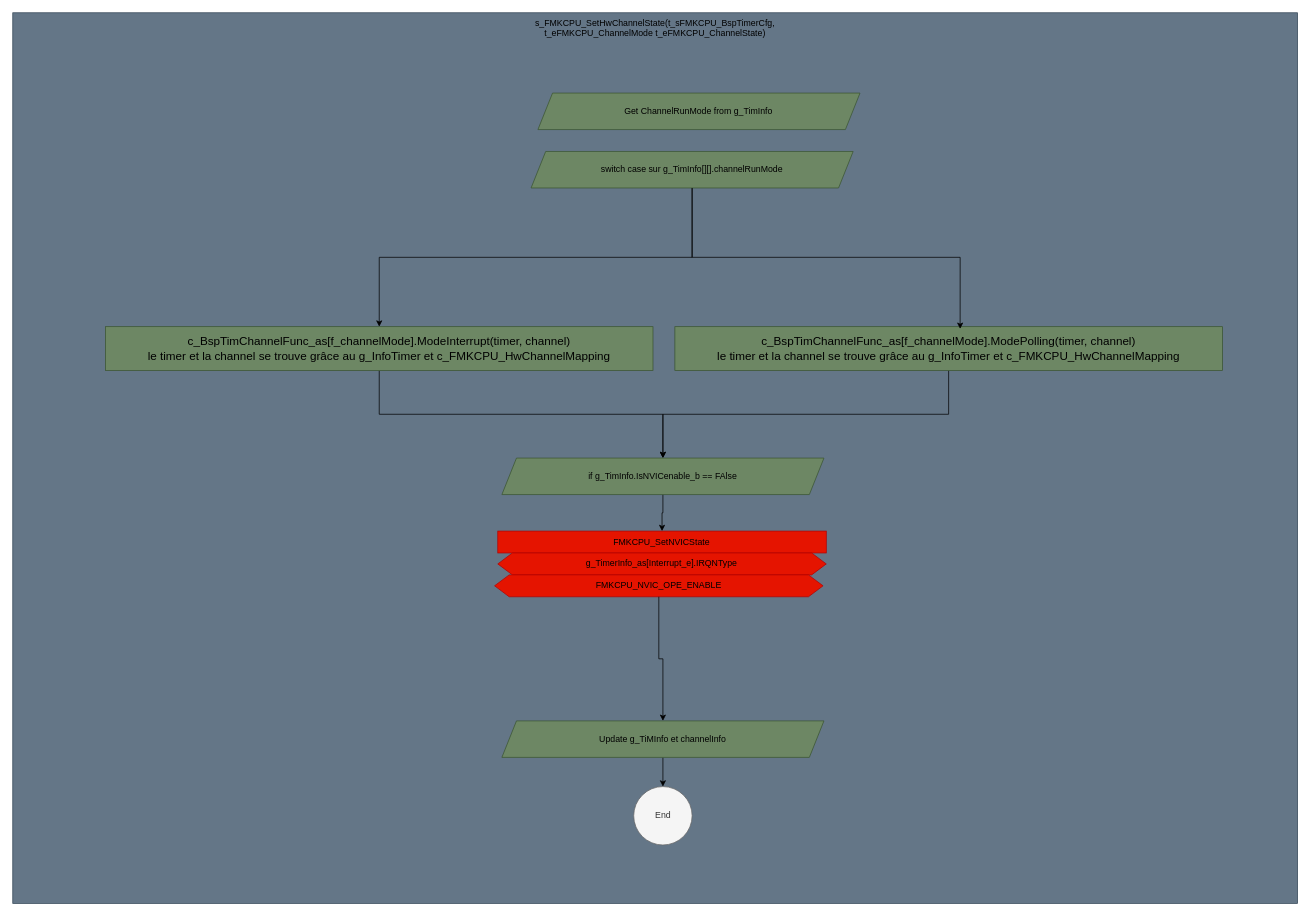
This is page "s_Func_SetHwTimerState" (4 of 14) of src/1_FMK/FMK_HAL/FMK_CPU/Doc/FMK_CPU.drawio from mbarbeau0545/Stm32PrjTpl, a draw.io file, before an edit. Source tidied: cells renumbered, new cells numbered last; positions are measured from the earlier drawing's top-left corner, leaving out a move shared by most shapes. Both pictures are drawn from the tidied source at 73%, with x=0, y=0 at pixel (12, 12).
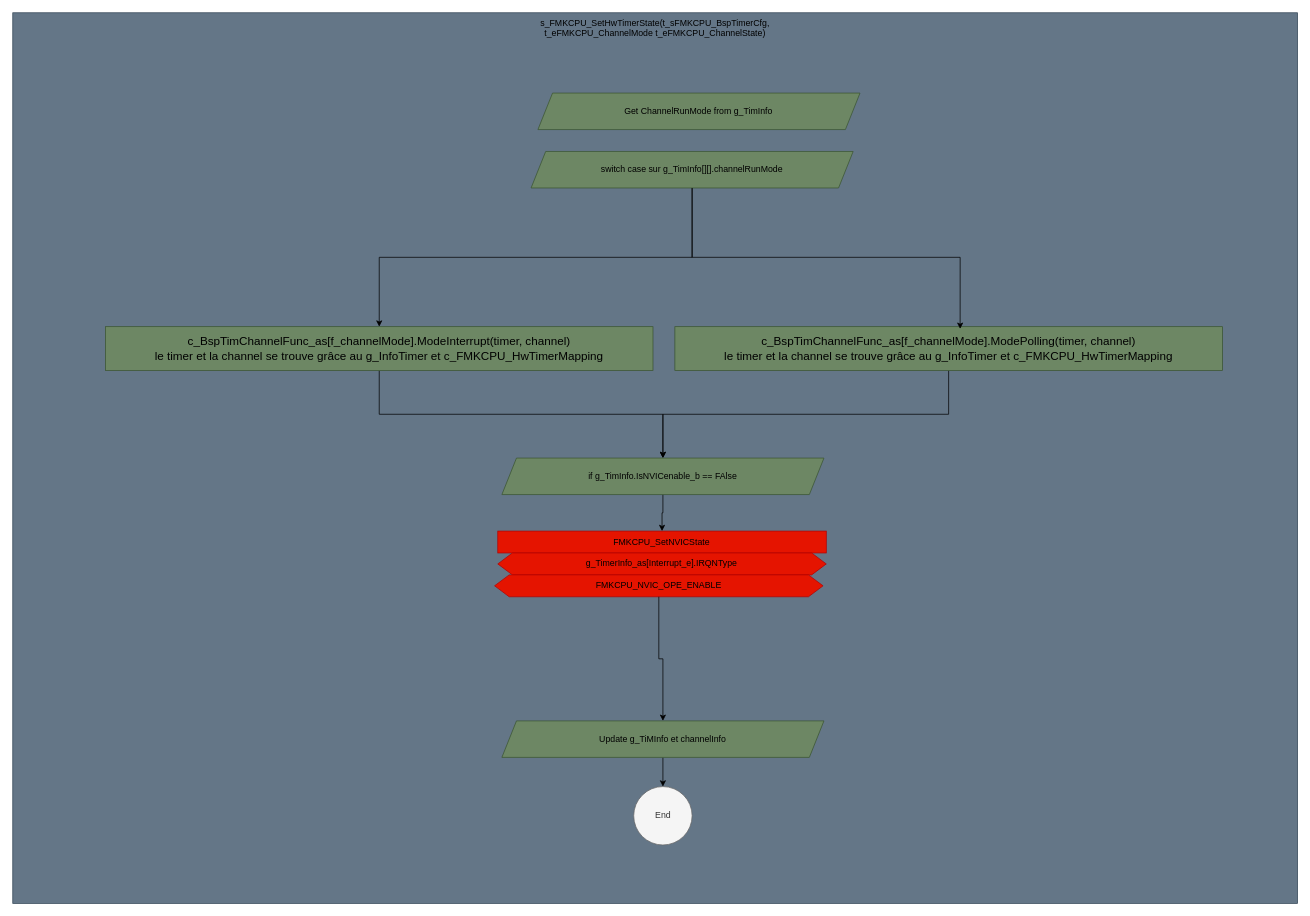
Above is the later version.

Change to the diagram source:
```diff
@@
-    <mxCell id="2" value="&lt;font style=&quot;color: rgb(0, 0, 0);&quot;&gt;s_FMKCPU_SetHwChannelState(&lt;span style=&quot;text-wrap: nowrap; text-align: left;&quot;&gt;t_sFMKCPU_Bsp&lt;/span&gt;&lt;span style=&quot;text-wrap: nowrap; background-color: initial; text-align: left;&quot;&gt;TimerCfg&lt;/span&gt;&lt;span style=&quot;text-align: left; text-wrap: nowrap;&quot;&gt;,&lt;/span&gt;&lt;/font&gt;&lt;div style=&quot;color: rgb(0, 0, 0);&quot;&gt;&lt;span style=&quot;text-align: left; text-wrap: nowrap;&quot;&gt;t_eFMKCPU_ChannelMode&lt;/span&gt;&lt;span style=&quot;text-align: left; text-wrap: nowrap;&quot;&gt;&amp;nbsp;&lt;/span&gt;t_eFMKCPU_ChannelState)&lt;/div&gt;" style="rounded=0;whiteSpace=wrap;html=1;fillColor=#647687;fontColor=#ffffff;strokeColor=#314354;verticalAlign=top;" parent="1" vertex="1">
+    <mxCell id="2" value="&lt;font style=&quot;color: rgb(0, 0, 0);&quot;&gt;s_FMKCPU_SetHwTimerState(&lt;span style=&quot;text-wrap: nowrap; text-align: left;&quot;&gt;t_sFMKCPU_Bsp&lt;/span&gt;&lt;span style=&quot;text-wrap: nowrap; background-color: initial; text-align: left;&quot;&gt;TimerCfg&lt;/span&gt;&lt;span style=&quot;text-align: left; text-wrap: nowrap;&quot;&gt;,&lt;/span&gt;&lt;/font&gt;&lt;div style=&quot;color: rgb(0, 0, 0);&quot;&gt;&lt;span style=&quot;text-align: left; text-wrap: nowrap;&quot;&gt;t_eFMKCPU_ChannelMode&lt;/span&gt;&lt;span style=&quot;text-align: left; text-wrap: nowrap;&quot;&gt;&amp;nbsp;&lt;/span&gt;t_eFMKCPU_ChannelState)&lt;/div&gt;" style="rounded=0;whiteSpace=wrap;html=1;fillColor=#647687;fontColor=#ffffff;strokeColor=#314354;verticalAlign=top;" parent="1" vertex="1">
       <mxGeometry width="1760" height="1220" as="geometry" />
     </mxCell>
@@
-    <mxCell id="6" value="&lt;span style=&quot;color: rgb(0, 0, 0); font-size: 16px; text-align: left; text-wrap: nowrap;&quot;&gt;c_BspTimChannelFunc_as&lt;/span&gt;&lt;span style=&quot;color: rgb(0, 0, 0); font-size: 16px; text-align: left; text-wrap: nowrap;&quot;&gt;[f_channelMode]&lt;/span&gt;&lt;span style=&quot;color: rgb(0, 0, 0); font-size: 16px; text-align: left; text-wrap: nowrap;&quot;&gt;.ModePolling(timer, channel)&lt;/span&gt;&lt;div&gt;&lt;span style=&quot;color: rgb(0, 0, 0); font-size: 16px; text-align: left; text-wrap: nowrap;&quot;&gt;le timer et la channel se trouve grâce au g_InfoTimer et&amp;nbsp;&lt;/span&gt;&lt;span style=&quot;color: rgb(0, 0, 0); font-size: 16px; text-align: left; text-wrap: nowrap; background-color: initial;&quot;&gt;c_FMKCPU_HwChannelMapping&lt;/span&gt;&lt;/div&gt;" style="rounded=0;whiteSpace=wrap;html=1;fillColor=#6d8764;fontColor=#ffffff;strokeColor=#3A5431;" parent="1" vertex="1">
+    <mxCell id="6" value="&lt;span style=&quot;color: rgb(0, 0, 0); font-size: 16px; text-align: left; text-wrap: nowrap;&quot;&gt;c_BspTimChannelFunc_as&lt;/span&gt;&lt;span style=&quot;color: rgb(0, 0, 0); font-size: 16px; text-align: left; text-wrap: nowrap;&quot;&gt;[f_channelMode]&lt;/span&gt;&lt;span style=&quot;color: rgb(0, 0, 0); font-size: 16px; text-align: left; text-wrap: nowrap;&quot;&gt;.ModePolling(timer, channel)&lt;/span&gt;&lt;div&gt;&lt;span style=&quot;color: rgb(0, 0, 0); font-size: 16px; text-align: left; text-wrap: nowrap;&quot;&gt;le timer et la channel se trouve grâce au g_InfoTimer et&amp;nbsp;&lt;/span&gt;&lt;span style=&quot;color: rgb(0, 0, 0); font-size: 16px; text-align: left; text-wrap: nowrap; background-color: initial;&quot;&gt;c_FMKCPU_HwTimerMapping&lt;/span&gt;&lt;/div&gt;" style="rounded=0;whiteSpace=wrap;html=1;fillColor=#6d8764;fontColor=#ffffff;strokeColor=#3A5431;" parent="1" vertex="1">
       <mxGeometry x="907" y="430" width="750" height="60" as="geometry" />
     </mxCell>
@@
-    <mxCell id="8" value="&lt;span style=&quot;color: rgb(0, 0, 0); font-size: 16px; text-align: left; text-wrap: nowrap;&quot;&gt;c_BspTimChannelFunc_as[f_channelMode].ModeInterrupt(timer, channel)&lt;/span&gt;&lt;div&gt;&lt;span style=&quot;color: rgb(0, 0, 0); font-size: 16px; text-align: left; text-wrap: nowrap;&quot;&gt;le timer et la channel se trouve grâce au g_InfoTimer et&amp;nbsp;&lt;/span&gt;&lt;span style=&quot;color: rgb(0, 0, 0); font-size: 16px; text-align: left; text-wrap: nowrap; background-color: initial;&quot;&gt;c_FMKCPU_HwChannelMapping&lt;/span&gt;&lt;/div&gt;" style="rounded=0;whiteSpace=wrap;html=1;fillColor=#6d8764;fontColor=#ffffff;strokeColor=#3A5431;" parent="1" vertex="1">
+    <mxCell id="8" value="&lt;span style=&quot;color: rgb(0, 0, 0); font-size: 16px; text-align: left; text-wrap: nowrap;&quot;&gt;c_BspTimChannelFunc_as[f_channelMode].ModeInterrupt(timer, channel)&lt;/span&gt;&lt;div&gt;&lt;span style=&quot;color: rgb(0, 0, 0); font-size: 16px; text-align: left; text-wrap: nowrap;&quot;&gt;le timer et la channel se trouve grâce au g_InfoTimer et&amp;nbsp;&lt;/span&gt;&lt;span style=&quot;color: rgb(0, 0, 0); font-size: 16px; text-align: left; text-wrap: nowrap; background-color: initial;&quot;&gt;c_FMKCPU_HwTimerMapping&lt;/span&gt;&lt;/div&gt;" style="rounded=0;whiteSpace=wrap;html=1;fillColor=#6d8764;fontColor=#ffffff;strokeColor=#3A5431;" parent="1" vertex="1">
       <mxGeometry x="127" y="430" width="750" height="60" as="geometry" />
     </mxCell>
```
